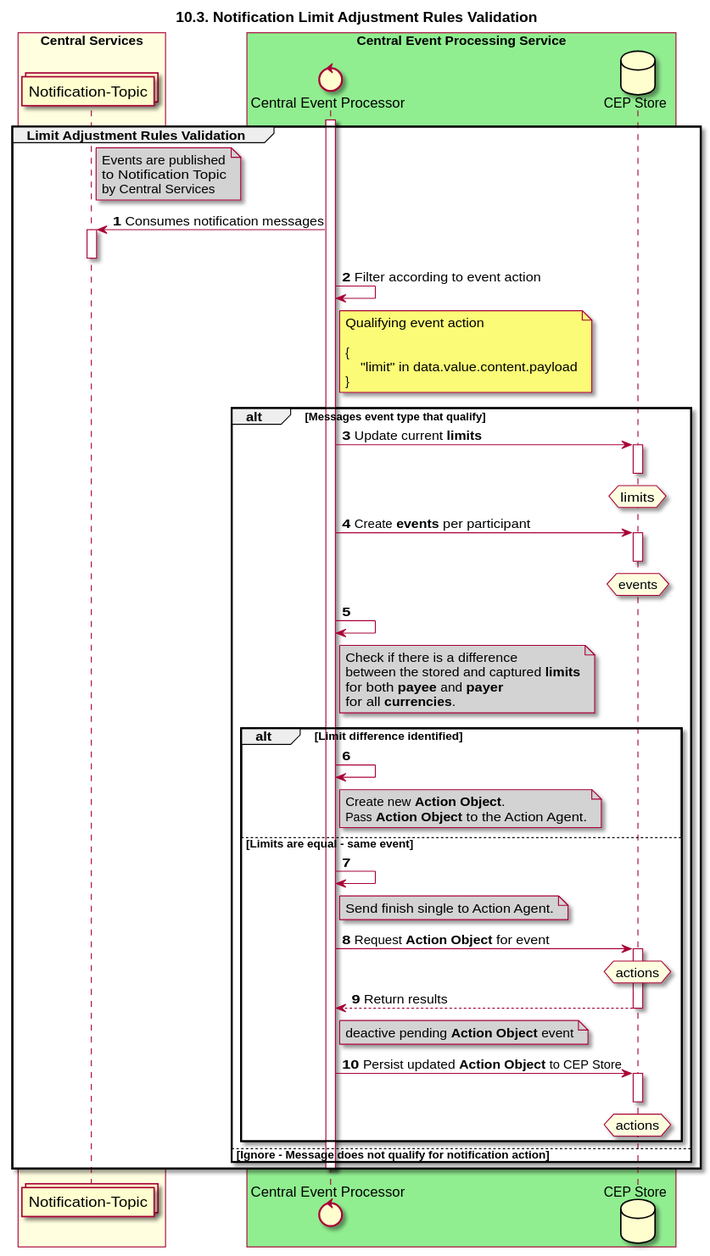
The PlantUML diagram docs/sequence_diagrams/notification-actionFlow.svg in mojaloop/central-event-processor, before a commit. Source of this version:
```plantuml
@startuml
title 10.3. Notification Limit Adjustment Rules Validation
autonumber

collections "Notification-Topic" as TOPIC_NOTIFY
control "Central Event Processor" as CEP
database "CEP Store" as DB

box "Central Services" #LightYellow
participant TOPIC_NOTIFY
end box
box "Central Event Processing Service" #LightGreen
participant CEP
participant DB
end box

Group Limit Adjustment Rules Validation
    activate CEP
    note right of TOPIC_NOTIFY #LightGrey
        Events are published
        to Notification Topic
        by Central Services
    end note
    TOPIC_NOTIFY <- CEP: Consumes notification messages
    activate TOPIC_NOTIFY
    deactivate TOPIC_NOTIFY
    CEP -> CEP: Filter according to event action
    note right of CEP
        Qualifying event action

        {
            "limit" in data.value.content.payload
        }
    end note

    alt Messages event type that qualify
        CEP -> DB: Update current **limits**
        activate DB
        hnote over DB #LightYellow
            limits
        end hnote
        deactivate DB
        CEP -> DB: Create **events** per participant
        activate DB
        hnote over DB #LightYellow
            events
        end hnote
        deactivate DB
        CEP -> CEP
        note right of CEP #LightGrey
            Check if there is a difference
            between the stored and captured **limits**
            for both **payee** and **payer**
            for all **currencies**.
        end note

        alt Limit difference identified
            CEP -> CEP
            note right of CEP #LightGrey
                Create new **Action Object**.
                Pass **Action Object** to the Action Agent.
            end note
        else Limits are equal - same event
            CEP -> CEP
            note right of CEP #LightGrey
                Send finish single to Action Agent.
            end note
            CEP -> DB: Request **Action Object** for event
            activate DB
            hnote over DB #LightYellow
                actions
            end hnote
            CEP <-- DB: Return results
            deactivate DB
            note right of CEP #lightGrey
                deactive pending **Action Object** event
            end note
            CEP -> DB: Persist updated **Action Object** to CEP Store
            activate DB
            hnote over DB #LightYellow
                actions
            end hnote
           deactivate DB
        end
    else Ignore - Message does not qualify for notification action
    end
    deactivate CEP
end
@enduml
```
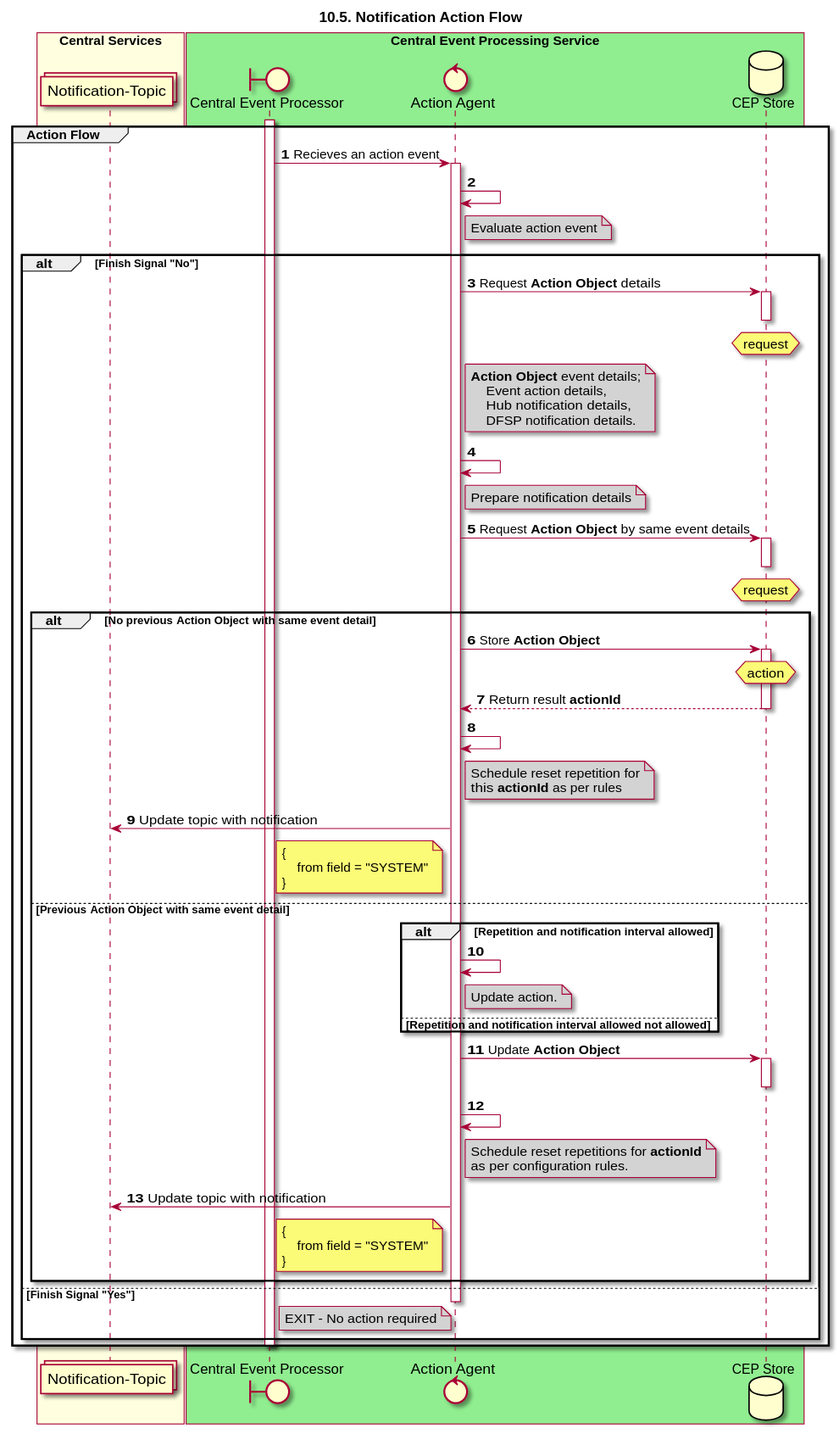
The same file after the commit.

Change to the diagram source:
```diff
@@ -1,9 +1,10 @@
 @startuml
-title 10.3. Notification Limit Adjustment Rules Validation
+title 10.5. Notification Action Flow
 autonumber
 
 collections "Notification-Topic" as TOPIC_NOTIFY
-control "Central Event Processor" as CEP
+boundary "Central Event Processor" as CEP
+control "Action Agent" as AA
 database "CEP Store" as DB
 
 box "Central Services" #LightYellow
@@ -11,78 +12,91 @@
 end box
 box "Central Event Processing Service" #LightGreen
 participant CEP
+participant AA
 participant DB
 end box
 
-Group Limit Adjustment Rules Validation
+Group Action Flow
     activate CEP
-    note right of TOPIC_NOTIFY #LightGrey
-        Events are published
-        to Notification Topic
-        by Central Services
-    end note
-    TOPIC_NOTIFY <- CEP: Consumes notification messages
-    activate TOPIC_NOTIFY
-    deactivate TOPIC_NOTIFY
-    CEP -> CEP: Filter according to event action
-    note right of CEP
-        Qualifying event action
-
-        {
-            "limit" in data.value.content.payload
-        }
+    CEP -> AA: Recieves an action event
+    activate AA
+    AA -> AA
+    note right of AA #lightGrey
+        Evaluate action event
     end note
 
-    alt Messages event type that qualify
-        CEP -> DB: Update current **limits**
+    alt Finish Signal "No"
+        AA -> DB: Request **Action Object** details
         activate DB
-        hnote over DB #LightYellow
-            limits
+        deactivate DB
+        hnote over DB
+            request
         end hnote
+        note right of AA #LightGrey
+            **Action Object** event details;
+                Event action details,
+                Hub notification details,
+                DFSP notification details.
+        end note
+        AA -> AA
+        note right of AA #LightGrey
+            Prepare notification details
+        end note
+        AA -> DB: Request **Action Object** by same event details
+        activate DB
         deactivate DB
-        CEP -> DB: Create **events** per participant
-        activate DB
-        hnote over DB #LightYellow
-            events
+        hnote over DB
+            request
         end hnote
-        deactivate DB
-        CEP -> CEP
-        note right of CEP #LightGrey
-            Check if there is a difference
-            between the stored and captured **limits**
-            for both **payee** and **payer**
-            for all **currencies**.
-        end note
 
-        alt Limit difference identified
-            CEP -> CEP
-            note right of CEP #LightGrey
-                Create new **Action Object**.
-                Pass **Action Object** to the Action Agent.
+        alt No previous **Action Object** with same event detail
+            AA -> DB: Store **Action Object**
+            activate DB
+            hnote over DB
+                action
+            end hnote
+            AA <-- DB: Return result **actionId**
+            deactivate DB
+            AA -> AA
+            note right of AA #LightGrey
+                Schedule reset repetition for
+                this **actionId** as per rules
             end note
-        else Limits are equal - same event
-            CEP -> CEP
-            note right of CEP #LightGrey
-                Send finish single to Action Agent.
+            TOPIC_NOTIFY <- AA: Update topic with notification
+            note left of AA
+                {
+                    from field = "SYSTEM"
+                }
             end note
-            CEP -> DB: Request **Action Object** for event
+        else Previous **Action Object** with same event detail
+
+            alt Repetition and notification interval allowed
+                AA -> AA
+                note right of AA #LightGrey
+                    Update action.
+                end note
+            else Repetition and notification interval allowed not allowed
+            end
+            AA -> DB: Update **Action Object**
             activate DB
-            hnote over DB #LightYellow
-                actions
-            end hnote
-            CEP <-- DB: Return results
             deactivate DB
-            note right of CEP #lightGrey
-                deactive pending **Action Object** event
+            AA -> AA
+            note right of AA #LightGrey
+                Schedule reset repetitions for **actionId**
+                as per configuration rules.
             end note
-            CEP -> DB: Persist updated **Action Object** to CEP Store
-            activate DB
-            hnote over DB #LightYellow
-                actions
-            end hnote
-           deactivate DB
+            TOPIC_NOTIFY <- AA: Update topic with notification
+            note left of AA
+                {
+                    from field = "SYSTEM"
+                }
+            end note
         end
-    else Ignore - Message does not qualify for notification action
+    else Finish Signal "Yes"
+    deactivate AA
+    note right of CEP #LightGrey
+        EXIT - No action required
+    end note
     end
     deactivate CEP
 end
```
